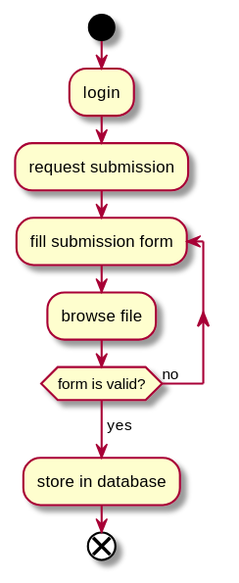
The PlantUML diagram lab/lab3/activity1.svg in Arunscape/ECE493, before a commit.
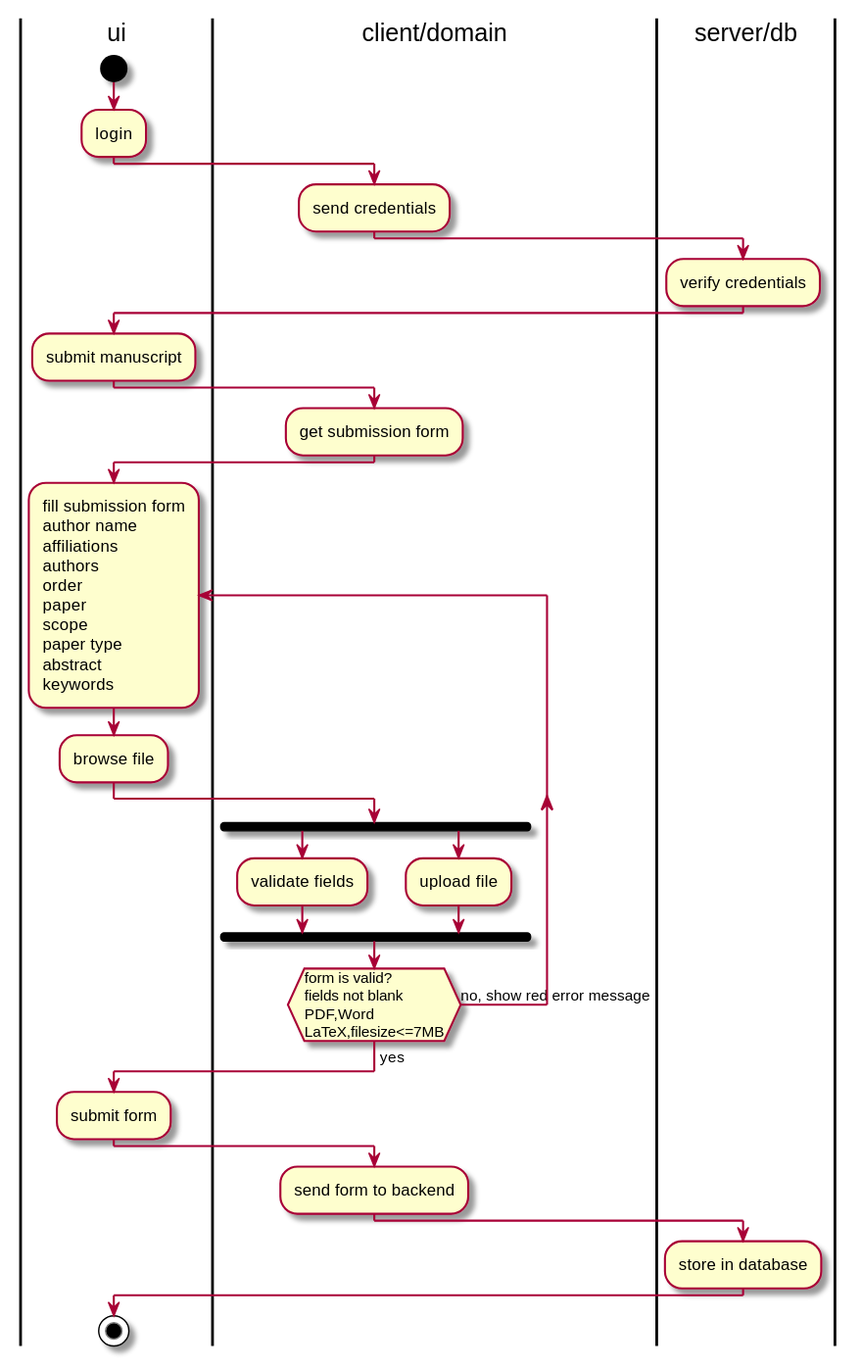
After the change.

Commit message:
done one activity diagram

Diff of the diagram source:
```diff
@@ -1,20 +1,45 @@
 @startuml
+|ui|
 start
-
 :login;
 
-:request submission;
+|client/domain|
+:send credentials;
 
-repeat :fill submission form;
+|server/db|
+:verify credentials;
 
+|ui|
+:submit manuscript;
+
+|client/domain|
+:get submission form;
+
+|ui|
+repeat :fill submission form\nauthor name\naffiliations\nauthors\norder\npaper\nscope\npaper type\nabstract\nkeywords;
 :browse file;
 
-repeat while (form is valid?) is (no)
-->yes;
+|client/domain|
+fork
+    :validate fields;
+fork again
+    :upload file;
+end fork
 
+
+repeat while (form is valid?\nfields not blank\nPDF,Word\nLaTeX,filesize<=7MB) is (no, show red error message)
+-> yes;
+
+|ui|
+:submit form;
+
+|client/domain|
+:send form to backend;
+
+|server/db|
 :store in database;
 
-end
-
+|ui|
+stop
 
 @enduml
```
